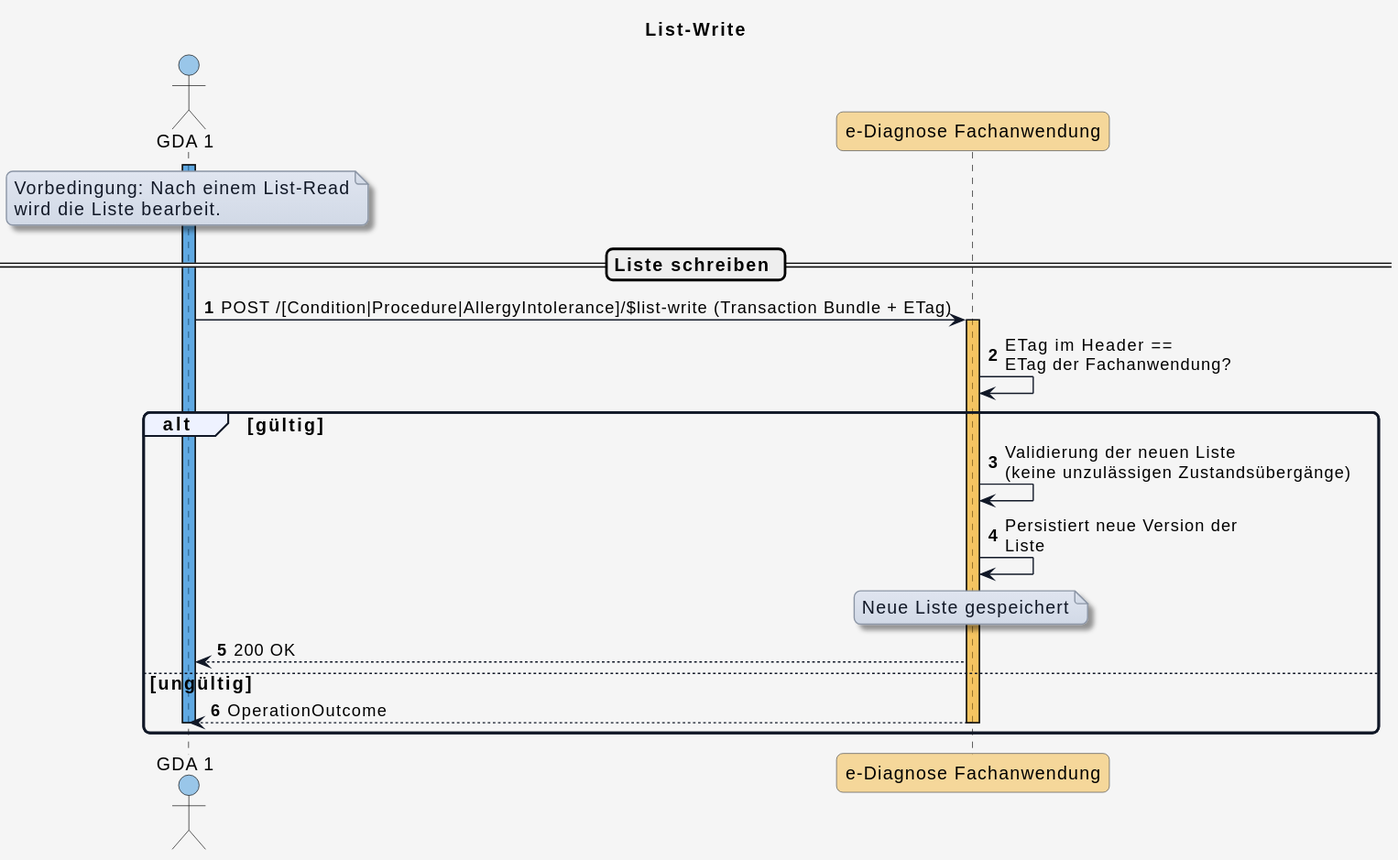
This is input/images/plantuml/diagram_write.svg from HL7Austria/ELGA-e-Diagnose-R4, a PlantUML export, as it was before one commit.
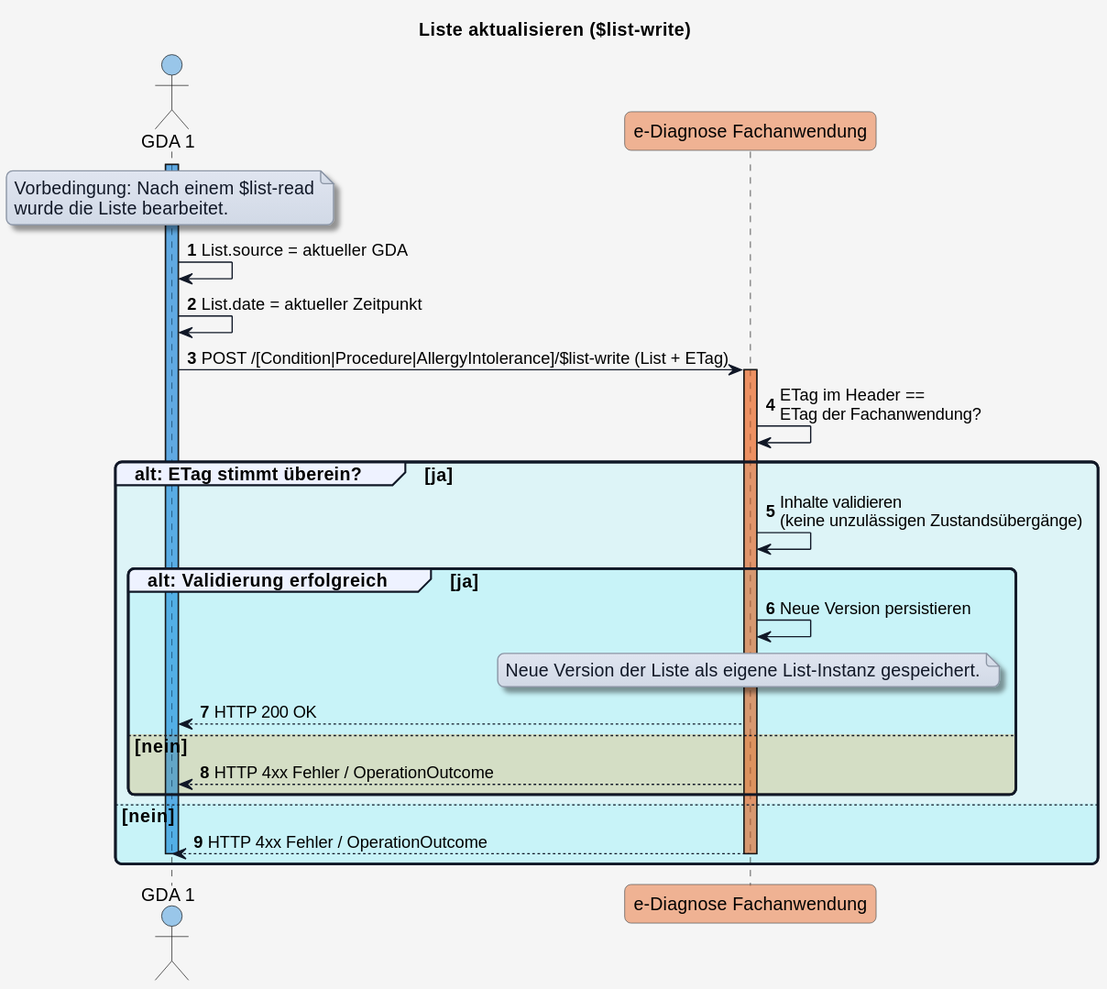
After the change.

Commit message:
Update basic list interaction diagrams

The edit, as a diff of the source:
```diff
@@ -1,5 +1,5 @@
 @startuml
-title List-Write
+title Liste aktualisieren ($list-write)
 
 skinparam borderColor #000000
 skinparam backgroundColor #f5f5f5
@@ -44,7 +44,7 @@
 !define COLOR_GDA_2    #8764B860
 !define COLOR_PATIENT  #00950560
 !define COLOR_APO      #00B7C360
-!define COLOR_DIAG_FA  #f5a40360
+!define COLOR_DIAG_FA  #E9713280
 !define COLOR_E_REZEPT #E7485660
 
 !define COLOR_OK       #50E6FF25
@@ -58,31 +58,43 @@
 activate GDA_1 COLOR_GDA_1
 
 note over GDA_1
-Vorbedingung: Nach einem List-Read
-wird die Liste bearbeit.
+  Vorbedingung: Nach einem $list-read
+  wurde die Liste bearbeitet.
 end note
 
-== Liste schreiben ==
+GDA_1 -> GDA_1 : List.source = aktueller GDA
+GDA_1 -> GDA_1 : List.date = aktueller Zeitpunkt
 
-GDA_1 -> eDiag_FA: POST /[Condition|Procedure|AllergyIntolerance]/$list-write (Transaction Bundle + ETag)
+GDA_1 -> eDiag_FA: POST /[Condition|Procedure|AllergyIntolerance]/$list-write (List + ETag)
 
 activate eDiag_FA COLOR_DIAG_FA
 eDiag_FA -> eDiag_FA: ETag im Header ==\nETag der Fachanwendung?
 
-alt gültig
-  eDiag_FA -> eDiag_FA: Validierung der neuen Liste\n(keine unzulässigen Zustandsübergänge)
-  eDiag_FA -> eDiag_FA: Persistiert neue Version der\nListe
+group COLOR_OK alt: ETag stimmt überein? [ja]
 
-  note over eDiag_FA
-  Neue Liste gespeichert
-  end note
+  eDiag_FA -> eDiag_FA: Inhalte validieren\n(keine unzulässigen Zustandsübergänge)
 
-  eDiag_FA --> GDA_1: 200 OK
+  group COLOR_OK alt: Validierung erfolgreich [ja]
 
-else ungültig
+    eDiag_FA -> eDiag_FA: Neue Version persistieren
 
-  eDiag_FA --> GDA_1: OperationOutcome
+    note over eDiag_FA
+      Neue Version der Liste als eigene List-Instanz gespeichert.
+    end note
+
+    eDiag_FA --> GDA_1: HTTP 200 OK
+
+  else COLOR_ERROR nein
+
+    eDiag_FA --> GDA_1: HTTP 4xx Fehler / OperationOutcome
+
+  end
+
+else nein
+
+  eDiag_FA --> GDA_1: HTTP 4xx Fehler / OperationOutcome
   deactivate GDA_1
   deactivate eDiag_FA
+
 end
 @enduml
```
